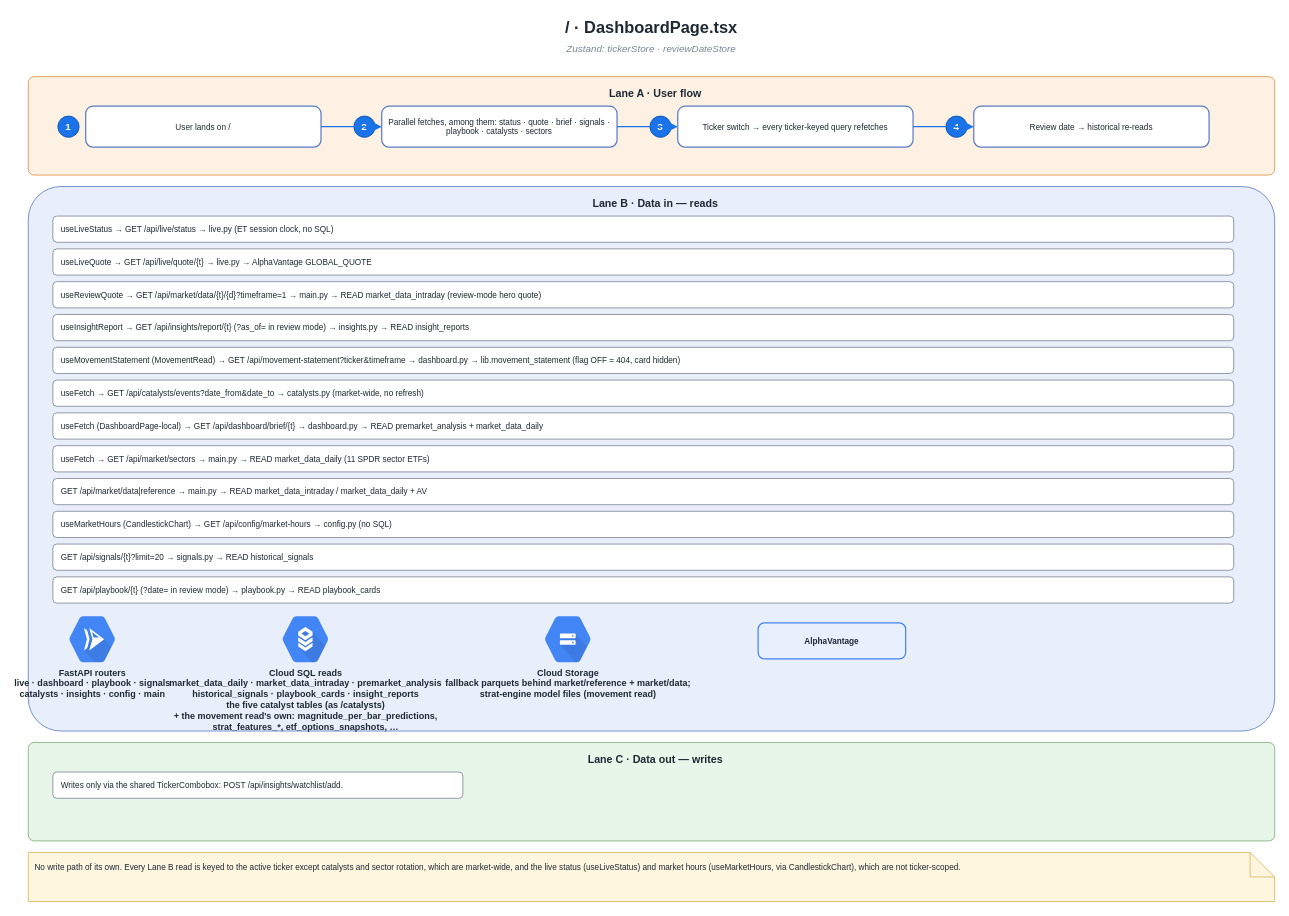
Above: page "3 · Dashboard" (4 of 15) of Frontend-icons.drawio in TeneikaAskew/solyra (draw.io), before the change. Source tidied: cells renumbered, new cells numbered last; positions are measured from the earlier drawing's top-left corner, leaving out a move shared by most shapes. Both pictures are drawn from the tidied source at 82%, with x=0, y=0 at pixel (28, 14).
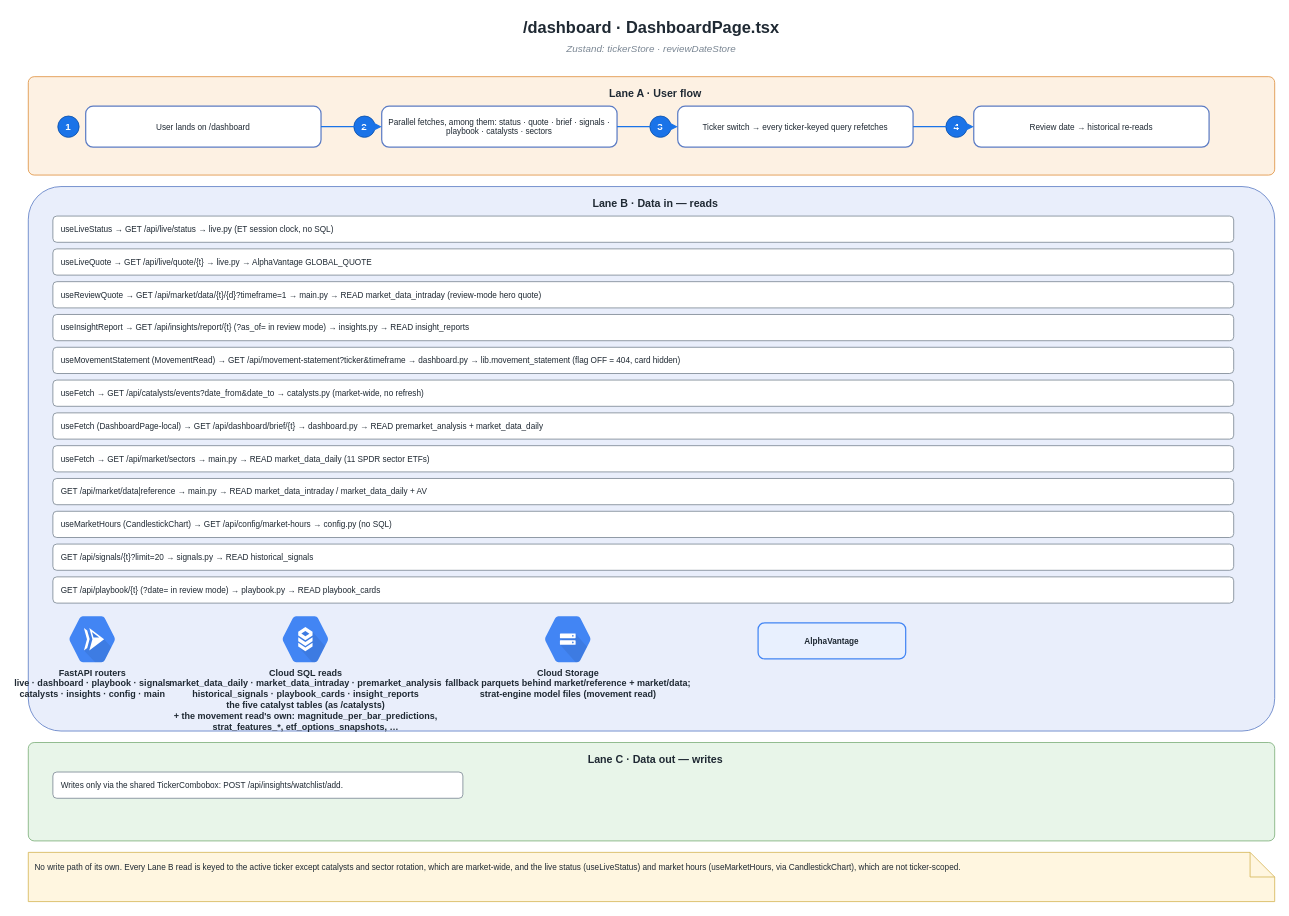
The same page after the edit.

Diff of the diagram source:
```diff
@@
-    <mxCell id="2" value="/  ·  DashboardPage.tsx" style="text;html=1;strokeColor=none;fillColor=none;align=center;verticalAlign=middle;whiteSpace=wrap;rounded=0;fontSize=20;fontStyle=1;fontColor=#1f2933;" parent="1" vertex="1">
+    <mxCell id="2" value="/dashboard  ·  DashboardPage.tsx" style="text;html=1;strokeColor=none;fillColor=none;align=center;verticalAlign=middle;whiteSpace=wrap;rounded=0;fontSize=20;fontStyle=1;fontColor=#1f2933;" parent="1" vertex="1">
       <mxGeometry width="1520" height="30" as="geometry" />
     </mxCell>
@@
-    <mxCell id="6" value="User lands on /" style="rounded=1;arcSize=18;whiteSpace=wrap;html=1;fillColor=#ffffff;strokeColor=#5c7cc4;strokeWidth=1.5;fontSize=10;fontColor=#1f2933;align=center;verticalAlign=middle;" parent="1" vertex="1">
+    <mxCell id="6" value="User lands on /dashboard" style="rounded=1;arcSize=18;whiteSpace=wrap;html=1;fillColor=#ffffff;strokeColor=#5c7cc4;strokeWidth=1.5;fontSize=10;fontColor=#1f2933;align=center;verticalAlign=middle;" parent="1" vertex="1">
       <mxGeometry x="70" y="112" width="287" height="50" as="geometry" />
     </mxCell>
```
